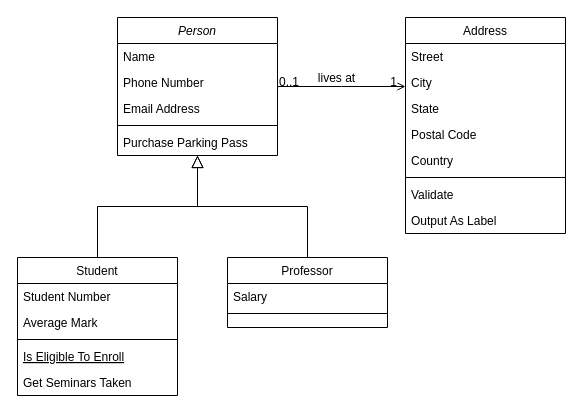
The draw.io diagram UML/diagramme_de_classe.drawio in Abderrahman-Ahouari/brief-crois-e-2-Plateforme-de-Cours-en-Ligne-Youdemy, before the edit. Source tidied: cells renumbered, new cells numbered last; positions are measured from the earlier drawing's top-left corner, leaving out a move shared by most shapes. Both pictures are drawn from the tidied source at 100%, with x=0, y=0 at pixel (17, 17).
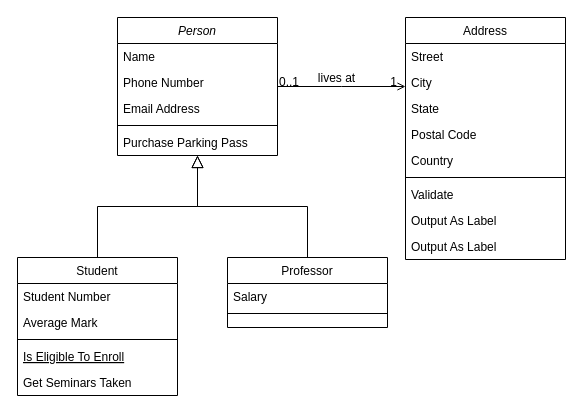
Above is the later version.

The edit, as a diff of the source:
```diff
@@
     <mxCell id="19" value="Address" style="swimlane;fontStyle=0;align=center;verticalAlign=top;horizontal=1;startSize=26;rounded=0;shadow=0;strokeWidth=1;" parent="1" vertex="1">
-      <mxGeometry x="388" width="160" height="216" as="geometry" />
+      <mxGeometry x="388" width="160" height="242" as="geometry" />
     </mxCell>
@@
+    <mxCell id="32" value="Output As Label" style="text;align=left;verticalAlign=top;spacingLeft=4;spacingRight=4;overflow=hidden;" parent="19" vertex="1">
+      <mxGeometry y="216" width="160" height="26" as="geometry" />
+    </mxCell>
```
